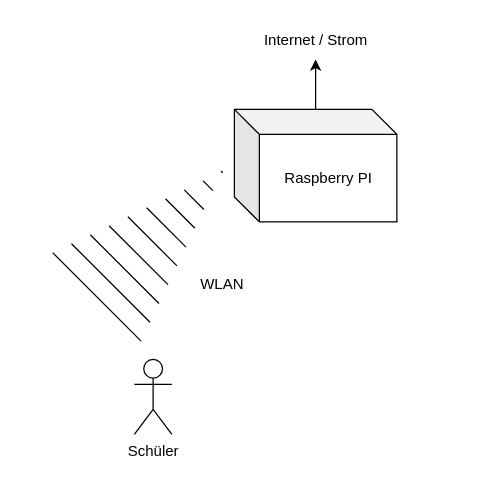
The draw.io diagram docs/images/setup.drawio in jtuttas/kidi, before the edit. Source tidied: cells renumbered, new cells numbered last; positions are measured from the earlier drawing's top-left corner, leaving out a move shared by most shapes. Both pictures are drawn from the tidied source at 125%, with x=0, y=0 at pixel (96, 21).
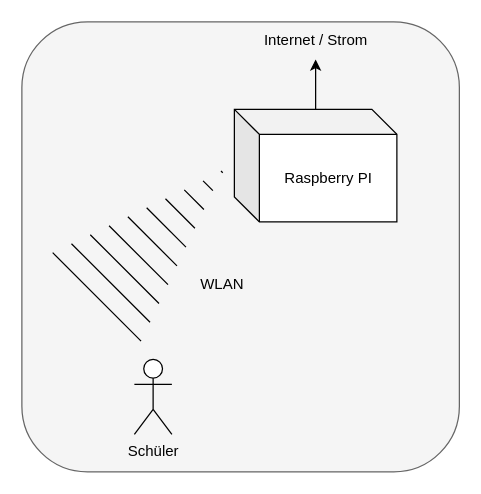
The same diagram, later.

Commit message (it also covers changes not shown here):
neue Grafik

The edit, as a diff of the source:
```diff
@@
 <mxGraphModel>
   <root>
     <mxCell id="0" />
     <mxCell id="1" parent="0" />
+    <mxCell id="9" style="rounded=1;whiteSpace=wrap;html=1;fillColor=#f5f5f5;fontColor=#333333;strokeColor=#666666;" parent="1" vertex="1">
+      <mxGeometry x="-60" width="350" height="360" as="geometry" />
+    </mxCell>
     <mxCell id="2" style="edgeStyle=none;html=1;" parent="1" edge="1" source="3">
       <mxGeometry relative="1" as="geometry">
         <mxPoint x="175" y="30" as="targetPoint" />
       </mxGeometry>
     </mxCell>
     <mxCell id="3" style="shape=cube;whiteSpace=wrap;html=1;boundedLbl=1;backgroundOutline=1;darkOpacity=0.05;darkOpacity2=0.1;" parent="1" vertex="1">
       <mxGeometry x="110" y="70" width="130" height="90" as="geometry" />
     </mxCell>
     <mxCell id="4" value="Raspberry PI" style="text;html=1;align=center;verticalAlign=middle;strokeColor=none;fillColor=none;" parent="1" vertex="1">
       <mxGeometry x="140" y="110" width="90" height="30" as="geometry" />
     </mxCell>
     <mxCell id="5" value="Internet / Strom" style="text;html=1;align=center;verticalAlign=middle;strokeColor=none;fillColor=none;" parent="1" vertex="1">
       <mxGeometry x="120" width="110" height="30" as="geometry" />
     </mxCell>
     <mxCell id="6" value="Schüler" style="shape=umlActor;verticalLabelPosition=bottom;verticalAlign=top;html=1;" parent="1" vertex="1">
       <mxGeometry x="30" y="270" width="30" height="60" as="geometry" />
     </mxCell>
     <mxCell id="7" style="shape=mxgraph.arrows2.wedgeArrowDashed2;html=1;startWidth=50;stepSize=15;" parent="1" edge="1">
       <mxGeometry relative="1" as="geometry">
         <mxPoint y="220" as="sourcePoint" />
         <mxPoint x="100" y="120" as="targetPoint" />
       </mxGeometry>
     </mxCell>
     <mxCell id="8" value="WLAN" style="text;html=1;align=center;verticalAlign=middle;strokeColor=none;fillColor=none;" parent="1" vertex="1">
       <mxGeometry x="70" y="195" width="60" height="30" as="geometry" />
     </mxCell>
   </root>
 </mxGraphModel>
```
